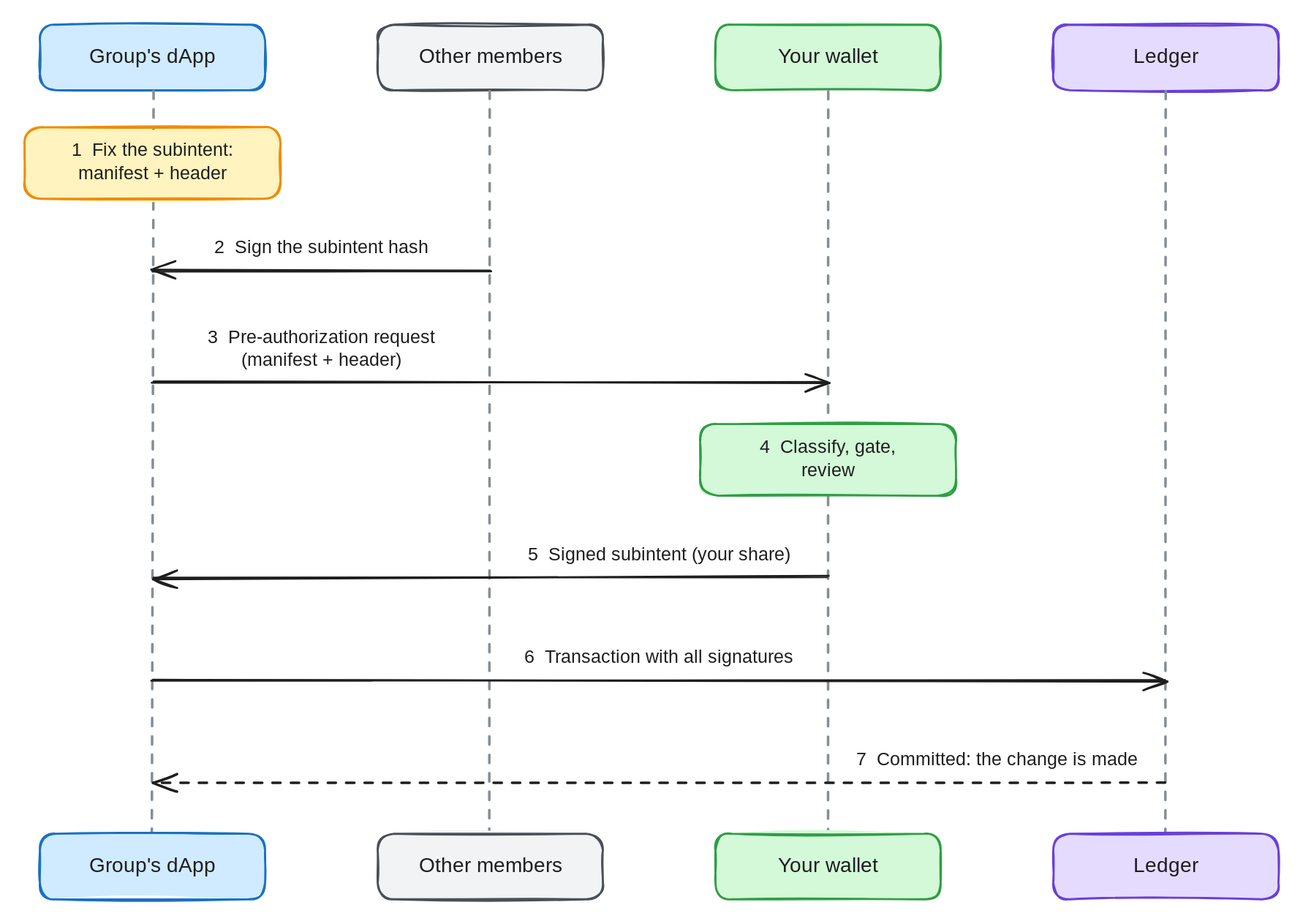
This is docs/shared-control-pre-authorization/flow.svg from radixdlt/sargon, a Excalidraw export, as it was before one commit. Source tidied: one line per element, renumbered; positions are measured from the earlier drawing's top-left corner, leaving out a move shared by most shapes.
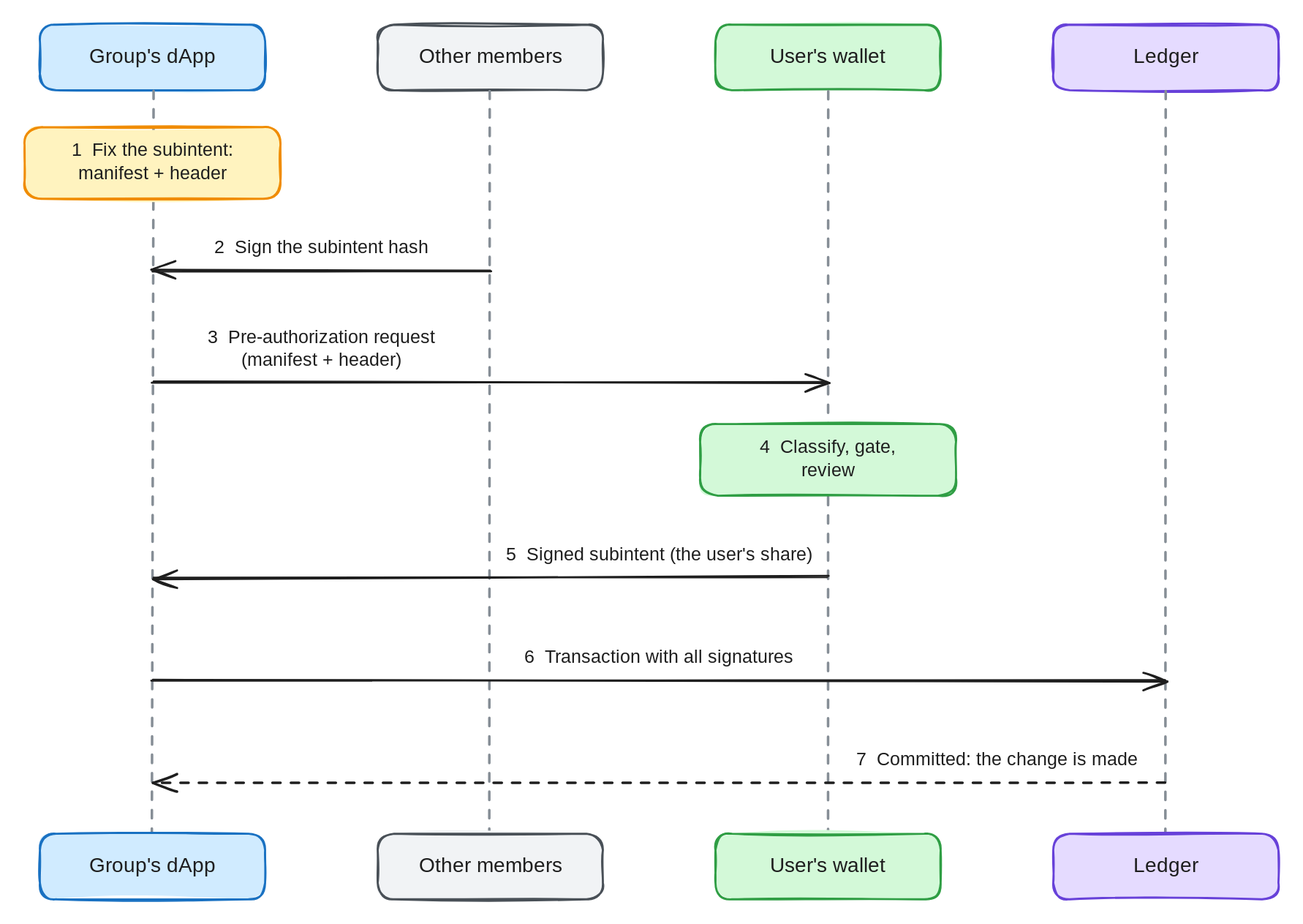
After the commit.

What changed in the source:
```diff
@@ -9,10 +9,10 @@
 {"id": 8, "type": "rectangle", "strokeColor": "#495057", "backgroundColor": "#f1f3f5", "fillStyle": "solid", "strokeWidth": 2, "roughness": 1, "round": true, "x": 345, "y": 790, "width": 220, "height": 64}
 {"id": 9, "type": "text", "text": "Other members", "strokeColor": "#1e1e1e", "strokeWidth": 2, "roughness": 1, "fontSize": 20, "fontFamily": 5, "textAlign": "center", "verticalAlign": "middle", "inside": 8, "x": 383, "y": 810, "width": 143, "height": 25}
 {"id": 10, "type": "rectangle", "strokeColor": "#2f9e44", "backgroundColor": "#d3f9d8", "fillStyle": "solid", "strokeWidth": 2, "roughness": 1, "round": true, "x": 675, "y": 0, "width": 220, "height": 64}
-{"id": 11, "type": "text", "text": "Your wallet", "strokeColor": "#1e1e1e", "strokeWidth": 2, "roughness": 1, "fontSize": 20, "fontFamily": 5, "textAlign": "center", "verticalAlign": "middle", "inside": 10, "x": 733, "y": 20, "width": 105, "height": 25}
+{"id": 11, "type": "text", "text": "User's wallet", "strokeColor": "#1e1e1e", "strokeWidth": 2, "roughness": 1, "fontSize": 20, "fontFamily": 5, "textAlign": "center", "verticalAlign": "middle", "inside": 10, "x": 724, "y": 20, "width": 123, "height": 25}
 {"id": 12, "type": "arrow", "strokeColor": "#868e96", "strokeWidth": 2, "strokeStyle": "dashed", "roughness": 1, "round": true, "x": 785, "y": 64, "width": 0, "height": 726, "points": [[0, 0], [0, 726]]}
 {"id": 13, "type": "rectangle", "strokeColor": "#2f9e44", "backgroundColor": "#d3f9d8", "fillStyle": "solid", "strokeWidth": 2, "roughness": 1, "round": true, "x": 675, "y": 790, "width": 220, "height": 64}
-{"id": 14, "type": "text", "text": "Your wallet", "strokeColor": "#1e1e1e", "strokeWidth": 2, "roughness": 1, "fontSize": 20, "fontFamily": 5, "textAlign": "center", "verticalAlign": "middle", "inside": 13, "x": 733, "y": 810, "width": 105, "height": 25}
+{"id": 14, "type": "text", "text": "User's wallet", "strokeColor": "#1e1e1e", "strokeWidth": 2, "roughness": 1, "fontSize": 20, "fontFamily": 5, "textAlign": "center", "verticalAlign": "middle", "inside": 13, "x": 724, "y": 810, "width": 123, "height": 25}
 {"id": 15, "type": "rectangle", "strokeColor": "#6741d9", "backgroundColor": "#e5dbff", "fillStyle": "solid", "strokeWidth": 2, "roughness": 1, "round": true, "x": 1005, "y": 0, "width": 220, "height": 64}
 {"id": 16, "type": "text", "text": "Ledger", "strokeColor": "#1e1e1e", "strokeWidth": 2, "roughness": 1, "fontSize": 20, "fontFamily": 5, "textAlign": "center", "verticalAlign": "middle", "inside": 15, "x": 1083, "y": 20, "width": 64, "height": 25}
 {"id": 17, "type": "arrow", "strokeColor": "#868e96", "strokeWidth": 2, "strokeStyle": "dashed", "roughness": 1, "round": true, "x": 1115, "y": 64, "width": 0, "height": 726, "points": [[0, 0], [0, 726]]}
@@ -27,7 +27,7 @@
 {"id": 26, "type": "rectangle", "strokeColor": "#2f9e44", "backgroundColor": "#d3f9d8", "fillStyle": "solid", "strokeWidth": 2, "roughness": 1, "round": true, "x": 660, "y": 390, "width": 250, "height": 70}
 {"id": 27, "type": "text", "text": "4  Classify, gate,\nreview", "strokeColor": "#1e1e1e", "strokeWidth": 2, "roughness": 1, "fontSize": 18, "fontFamily": 5, "textAlign": "center", "verticalAlign": "middle", "inside": 26, "x": 710, "y": 402, "width": 150, "height": 45}
 {"id": 28, "type": "arrow", "strokeColor": "#1e1e1e", "strokeWidth": 2, "roughness": 1, "endArrowhead": "arrow", "round": true, "x": 785, "y": 540, "width": 660, "height": 0, "points": [[0, 0], [-660, 0]]}
-{"id": 29, "type": "text", "text": "5  Signed subintent (your share)", "strokeColor": "#1e1e1e", "strokeWidth": 2, "roughness": 1, "fontSize": 18, "fontFamily": 5, "textAlign": "center", "x": 477, "y": 508, "width": 285, "height": 22}
+{"id": 29, "type": "text", "text": "5  Signed subintent (the user's share)", "strokeColor": "#1e1e1e", "strokeWidth": 2, "roughness": 1, "fontSize": 18, "fontFamily": 5, "textAlign": "center", "x": 453, "y": 508, "width": 334, "height": 22}
 {"id": 30, "type": "arrow", "strokeColor": "#1e1e1e", "strokeWidth": 2, "roughness": 1, "endArrowhead": "arrow", "round": true, "x": 125, "y": 640, "width": 990, "height": 0, "points": [[0, 0], [990, 0]]}
 {"id": 31, "type": "text", "text": "6  Transaction with all signatures", "strokeColor": "#1e1e1e", "strokeWidth": 2, "roughness": 1, "fontSize": 18, "fontFamily": 5, "textAlign": "center", "x": 471, "y": 608, "width": 298, "height": 22}
 {"id": 32, "type": "arrow", "strokeColor": "#1e1e1e", "strokeWidth": 2, "strokeStyle": "dashed", "roughness": 1, "endArrowhead": "arrow", "round": true, "x": 1115, "y": 740, "width": 990, "height": 0, "points": [[0, 0], [-990, 0]]}
```
